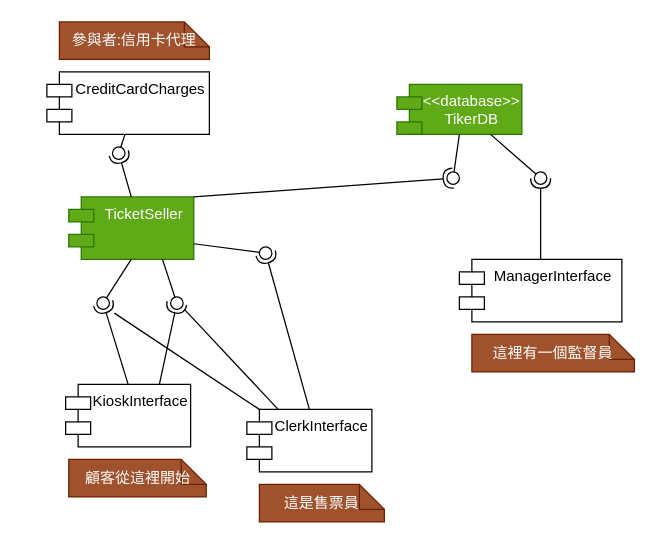
Above: 5.drawio in rekcahtsebeht/SM (draw.io), before the change. Source tidied: cells renumbered, new cells numbered last; positions are measured from the earlier drawing's top-left corner, leaving out a move shared by most shapes. Both pictures are drawn from the tidied source at 125%, with x=0, y=0 at pixel (46, 21).
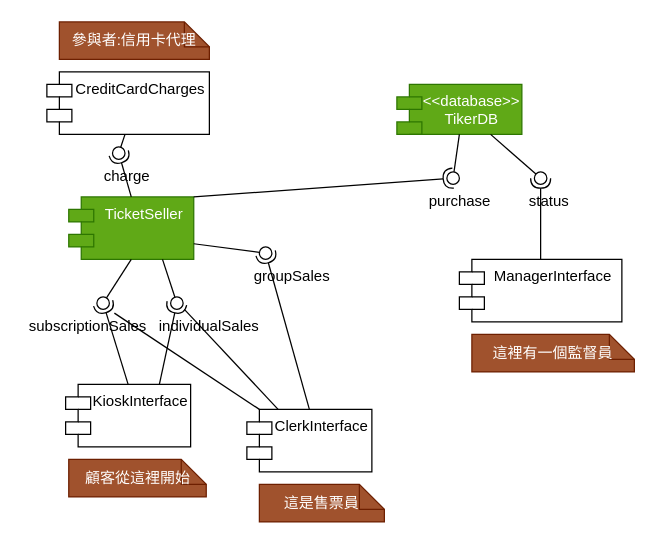
The same diagram, later.

Change to the diagram source:
```diff
@@
+    <mxCell id="33" value="charge&lt;br&gt;" style="text;strokeColor=none;fillColor=none;spacingLeft=4;spacingRight=4;overflow=hidden;fontSize=12;whiteSpace=wrap;html=1;" parent="1" vertex="1">
+      <mxGeometry x="40" y="110" width="60" height="30" as="geometry" />
+    </mxCell>
+    <mxCell id="34" value="subscriptionSales" style="text;strokeColor=none;fillColor=none;spacingLeft=4;spacingRight=4;overflow=hidden;fontSize=12;whiteSpace=wrap;html=1;" parent="1" vertex="1">
+      <mxGeometry x="-20" y="230" width="110" height="30" as="geometry" />
+    </mxCell>
+    <mxCell id="35" value="individualSales" style="text;strokeColor=none;fillColor=none;spacingLeft=4;spacingRight=4;overflow=hidden;fontSize=12;whiteSpace=wrap;html=1;" parent="1" vertex="1">
+      <mxGeometry x="84" y="230" width="96" height="30" as="geometry" />
+    </mxCell>
+    <mxCell id="36" value="groupSales" style="text;strokeColor=none;fillColor=none;spacingLeft=4;spacingRight=4;overflow=hidden;fontSize=12;whiteSpace=wrap;html=1;" parent="1" vertex="1">
+      <mxGeometry x="160" y="190" width="80" height="30" as="geometry" />
+    </mxCell>
+    <mxCell id="37" value="purchase" style="text;strokeColor=none;fillColor=none;spacingLeft=4;spacingRight=4;overflow=hidden;fontSize=12;whiteSpace=wrap;html=1;" parent="1" vertex="1">
+      <mxGeometry x="300" y="130" width="70" height="25" as="geometry" />
+    </mxCell>
+    <mxCell id="38" value="status" style="text;strokeColor=none;fillColor=none;spacingLeft=4;spacingRight=4;overflow=hidden;fontSize=12;whiteSpace=wrap;html=1;" parent="1" vertex="1">
+      <mxGeometry x="380" y="130" width="60" height="30" as="geometry" />
+    </mxCell>
```
